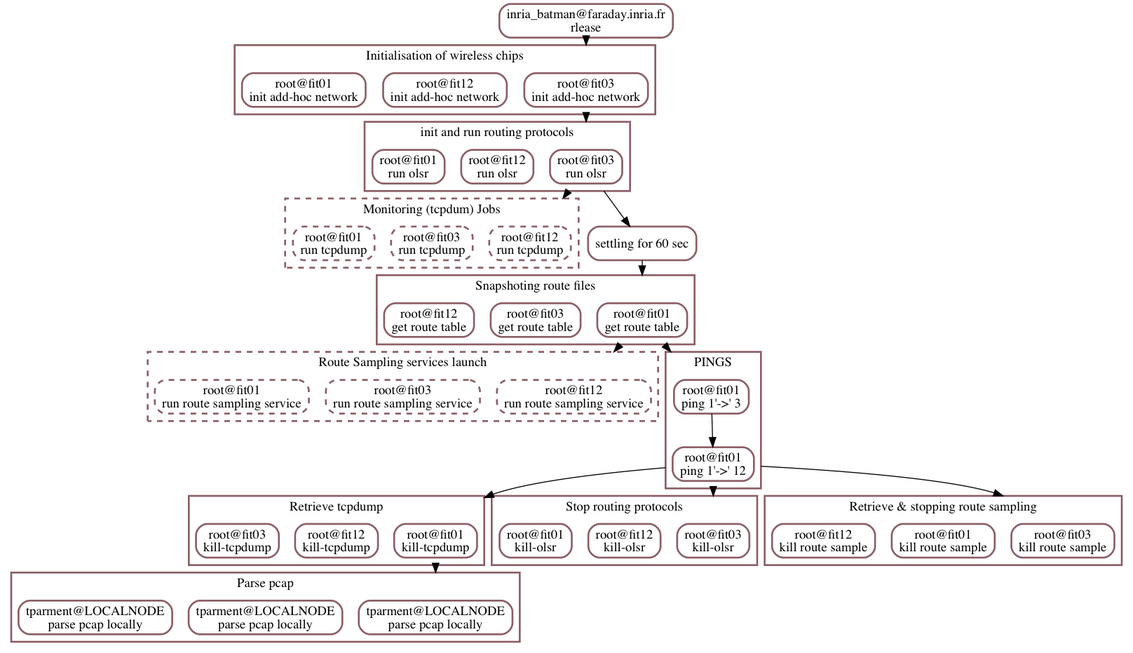
Before: batman-vs-olsr/experiment_graph.png, a diagram exported from Graphviz (fit-r2lab/r2lab-demos). Its source is kept beside it as batman-vs-olsr/experiment_graph.dot.
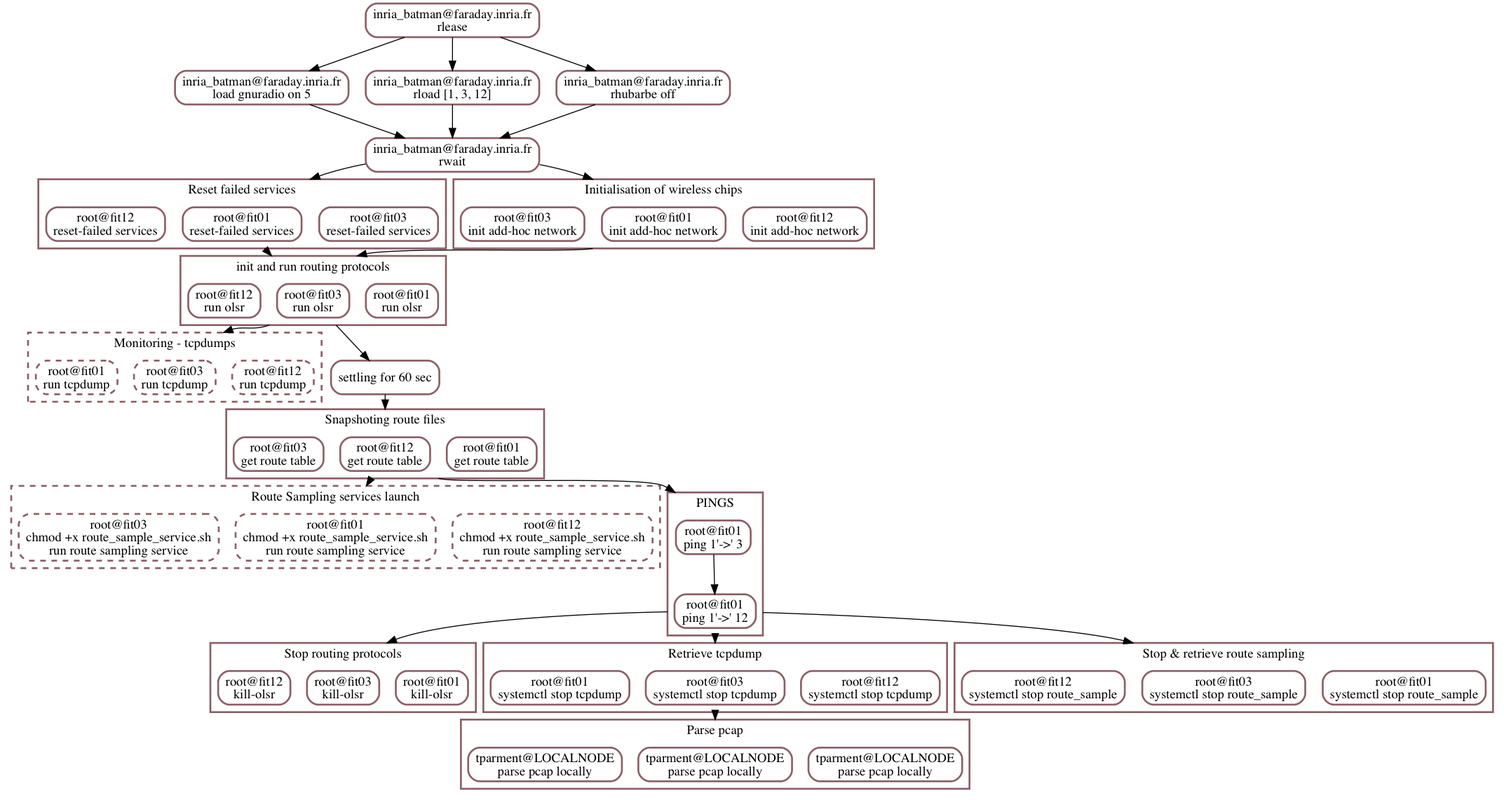
After the commit.

The edit, as a diff of the source:
```diff
@@ -3,115 +3,144 @@
 graph [];
 01 [style="rounded",label="inria_batman@faraday.inria.fr
 rlease",shape="box",color="lightpink4",penwidth="2"]
-subgraph cluster_02{
+02 [style="rounded",label="inria_batman@faraday.inria.fr
+load gnuradio on 5",shape="box",color="lightpink4",penwidth="2"]
+01 -> 02;
+03 [style="rounded",label="inria_batman@faraday.inria.fr
+rload [1, 3, 12]",shape="box",color="lightpink4",penwidth="2"]
+01 -> 03;
+04 [style="rounded",label="inria_batman@faraday.inria.fr
+rhubarbe off",shape="box",color="lightpink4",penwidth="2"]
+01 -> 04;
+05 [style="rounded",label="inria_batman@faraday.inria.fr
+rwait",shape="box",color="lightpink4",penwidth="2"]
+03 -> 05;
+02 -> 05;
+04 -> 05;
+subgraph cluster_06{
+compound=true;
+graph [style="",label="Reset failed services",shape="box",color="lightpink4",penwidth="2"];
+07 [style="rounded",label="root@fit03
+reset-failed services",shape="box",color="lightpink4",penwidth="2"]
+08 [style="rounded",label="root@fit01
+reset-failed services",shape="box",color="lightpink4",penwidth="2"]
+09 [style="rounded",label="root@fit12
+reset-failed services",shape="box",color="lightpink4",penwidth="2"]
+}
+05 -> 08 [lhead=cluster_06];
+subgraph cluster_10{
 compound=true;
 graph [style="",label="Initialisation of wireless chips",shape="box",color="lightpink4",penwidth="2"];
-03 [style="rounded",label="root@fit03
+11 [style="rounded",label="root@fit12
 init add-hoc network",shape="box",color="lightpink4",penwidth="2"]
-04 [style="rounded",label="root@fit12
+12 [style="rounded",label="root@fit01
 init add-hoc network",shape="box",color="lightpink4",penwidth="2"]
-05 [style="rounded",label="root@fit01
+13 [style="rounded",label="root@fit03
 init add-hoc network",shape="box",color="lightpink4",penwidth="2"]
 }
-01 -> 03 [lhead=cluster_02];
-subgraph cluster_06{
+05 -> 12 [lhead=cluster_10];
+subgraph cluster_14{
 compound=true;
 graph [style="",label="init and run routing protocols",shape="box",color="lightpink4",penwidth="2"];
-07 [style="rounded",label="root@fit03
+15 [style="rounded",label="root@fit01
 run olsr",shape="box",color="lightpink4",penwidth="2"]
-08 [style="rounded",label="root@fit12
+16 [style="rounded",label="root@fit03
 run olsr",shape="box",color="lightpink4",penwidth="2"]
-09 [style="rounded",label="root@fit01
+17 [style="rounded",label="root@fit12
 run olsr",shape="box",color="lightpink4",penwidth="2"]
 }
-03 -> 07 [lhead=cluster_06 ltail=cluster_02];
-subgraph cluster_10{
+12 -> 16 [lhead=cluster_14 ltail=cluster_10];
+08 -> 16 [lhead=cluster_14 ltail=cluster_06];
+subgraph cluster_18{
 compound=true;
-graph [style="dashed",label="Monitoring (tcpdum) Jobs",shape="box",color="lightpink4",penwidth="2"];
-11 [style="rounded,dashed",label="root@fit12
+graph [style="dashed",label="Monitoring - tcpdumps",shape="box",color="lightpink4",penwidth="2"];
+19 [style="rounded,dashed",label="root@fit12
 run tcpdump",shape="box",color="lightpink4",penwidth="2"]
-12 [style="rounded,dashed",label="root@fit03
+20 [style="rounded,dashed",label="root@fit03
 run tcpdump",shape="box",color="lightpink4",penwidth="2"]
-13 [style="rounded,dashed",label="root@fit01
+21 [style="rounded,dashed",label="root@fit01
 run tcpdump",shape="box",color="lightpink4",penwidth="2"]
 }
-07 -> 11 [lhead=cluster_10 ltail=cluster_06];
-14 [style="rounded",label="settling for 60 sec",shape="box",color="lightpink4",penwidth="2"]
-07 -> 14 [ltail=cluster_06];
-subgraph cluster_15{
+16 -> 20 [lhead=cluster_18 ltail=cluster_14];
+22 [style="rounded",label="settling for 60 sec",shape="box",color="lightpink4",penwidth="2"]
+16 -> 22 [ltail=cluster_14];
+subgraph cluster_23{
 compound=true;
 graph [style="",label="Snapshoting route files",shape="box",color="lightpink4",penwidth="2"];
-16 [style="rounded",label="root@fit01
+24 [style="rounded",label="root@fit01
 get route table",shape="box",color="lightpink4",penwidth="2"]
-17 [style="rounded",label="root@fit03
+25 [style="rounded",label="root@fit12
 get route table",shape="box",color="lightpink4",penwidth="2"]
-18 [style="rounded",label="root@fit12
+26 [style="rounded",label="root@fit03
 get route table",shape="box",color="lightpink4",penwidth="2"]
 }
-14 -> 16 [lhead=cluster_15];
-subgraph cluster_19{
+22 -> 25 [lhead=cluster_23];
+subgraph cluster_27{
 compound=true;
 graph [style="dashed",label="Route Sampling services launch",shape="box",color="lightpink4",penwidth="2"];
-20 [style="rounded,dashed",label="root@fit12
+28 [style="rounded,dashed",label="root@fit12
+chmod +x route_sample_service.sh
 run route sampling service",shape="box",color="lightpink4",penwidth="2"]
-21 [style="rounded,dashed",label="root@fit03
+29 [style="rounded,dashed",label="root@fit01
+chmod +x route_sample_service.sh
 run route sampling service",shape="box",color="lightpink4",penwidth="2"]
-22 [style="rounded,dashed",label="root@fit01
+30 [style="rounded,dashed",label="root@fit03
+chmod +x route_sample_service.sh
 run route sampling service",shape="box",color="lightpink4",penwidth="2"]
 }
-16 -> 20 [lhead=cluster_19 ltail=cluster_15];
-subgraph cluster_23{
+25 -> 29 [lhead=cluster_27 ltail=cluster_23];
+subgraph cluster_31{
 compound=true;
 graph [style="",label="PINGS",shape="box",color="lightpink4",penwidth="2"];
-24 [style="rounded",label="root@fit01
+32 [style="rounded",label="root@fit01
 ping 1'->' 3",shape="box",color="lightpink4",penwidth="2"]
-25 [style="rounded",label="root@fit01
+33 [style="rounded",label="root@fit01
 ping 1'->' 12",shape="box",color="lightpink4",penwidth="2"]
-24 -> 25;
+32 -> 33;
 }
-16 -> 24 [lhead=cluster_23 ltail=cluster_15];
-subgraph cluster_26{
+25 -> 32 [lhead=cluster_31 ltail=cluster_23];
+subgraph cluster_34{
+compound=true;
+graph [style="",label="Stop routing protocols",shape="box",color="lightpink4",penwidth="2"];
+35 [style="rounded",label="root@fit01
+kill-olsr",shape="box",color="lightpink4",penwidth="2"]
+36 [style="rounded",label="root@fit03
+kill-olsr",shape="box",color="lightpink4",penwidth="2"]
+37 [style="rounded",label="root@fit12
+kill-olsr",shape="box",color="lightpink4",penwidth="2"]
+}
+33 -> 36 [lhead=cluster_34 ltail=cluster_31];
+subgraph cluster_38{
 compound=true;
 graph [style="",label="Retrieve tcpdump",shape="box",color="lightpink4",penwidth="2"];
-27 [style="rounded",label="root@fit01
-kill-tcpdump",shape="box",color="lightpink4",penwidth="2"]
-28 [style="rounded",label="root@fit12
-kill-tcpdump",shape="box",color="lightpink4",penwidth="2"]
-29 [style="rounded",label="root@fit03
-kill-tcpdump",shape="box",color="lightpink4",penwidth="2"]
+39 [style="rounded",label="root@fit12
+systemctl stop tcpdump",shape="box",color="lightpink4",penwidth="2"]
+40 [style="rounded",label="root@fit03
+systemctl stop tcpdump",shape="box",color="lightpink4",penwidth="2"]
+41 [style="rounded",label="root@fit01
+systemctl stop tcpdump",shape="box",color="lightpink4",penwidth="2"]
 }
-25 -> 27 [lhead=cluster_26 ltail=cluster_23];
-subgraph cluster_30{
+33 -> 40 [lhead=cluster_38 ltail=cluster_31];
+subgraph cluster_42{
 compound=true;
-graph [style="",label="Stop routing protocols",shape="box",color="lightpink4",penwidth="2"];
-31 [style="rounded",label="root@fit03
-kill-olsr",shape="box",color="lightpink4",penwidth="2"]
-32 [style="rounded",label="root@fit12
-kill-olsr",shape="box",color="lightpink4",penwidth="2"]
-33 [style="rounded",label="root@fit01
-kill-olsr",shape="box",color="lightpink4",penwidth="2"]
+graph [style="",label="Stop & retrieve route sampling",shape="box",color="lightpink4",penwidth="2"];
+43 [style="rounded",label="root@fit01
+systemctl stop route_sample",shape="box",color="lightpink4",penwidth="2"]
+44 [style="rounded",label="root@fit03
+systemctl stop route_sample",shape="box",color="lightpink4",penwidth="2"]
+45 [style="rounded",label="root@fit12
+systemctl stop route_sample",shape="box",color="lightpink4",penwidth="2"]
 }
-25 -> 31 [lhead=cluster_30 ltail=cluster_23];
-subgraph cluster_34{
-compound=true;
-graph [style="",label="Retrieve & stopping route sampling",shape="box",color="lightpink4",penwidth="2"];
-35 [style="rounded",label="root@fit03
-kill route sample",shape="box",color="lightpink4",penwidth="2"]
-36 [style="rounded",label="root@fit01
-kill route sample",shape="box",color="lightpink4",penwidth="2"]
-37 [style="rounded",label="root@fit12
-kill route sample",shape="box",color="lightpink4",penwidth="2"]
-}
-25 -> 35 [lhead=cluster_34 ltail=cluster_23];
-subgraph cluster_38{
+33 -> 44 [lhead=cluster_42 ltail=cluster_31];
+subgraph cluster_46{
 compound=true;
 graph [style="",label="Parse pcap",shape="box",color="lightpink4",penwidth="2"];
-39 [style="rounded",label="tparment@LOCALNODE
+47 [style="rounded",label="tparment@LOCALNODE
 parse pcap locally",shape="box",color="lightpink4",penwidth="2"]
-40 [style="rounded",label="tparment@LOCALNODE
+48 [style="rounded",label="tparment@LOCALNODE
 parse pcap locally",shape="box",color="lightpink4",penwidth="2"]
-41 [style="rounded",label="tparment@LOCALNODE
+49 [style="rounded",label="tparment@LOCALNODE
 parse pcap locally",shape="box",color="lightpink4",penwidth="2"]
 }
-27 -> 39 [lhead=cluster_38 ltail=cluster_26];
+40 -> 48 [lhead=cluster_46 ltail=cluster_38];
 }
```
